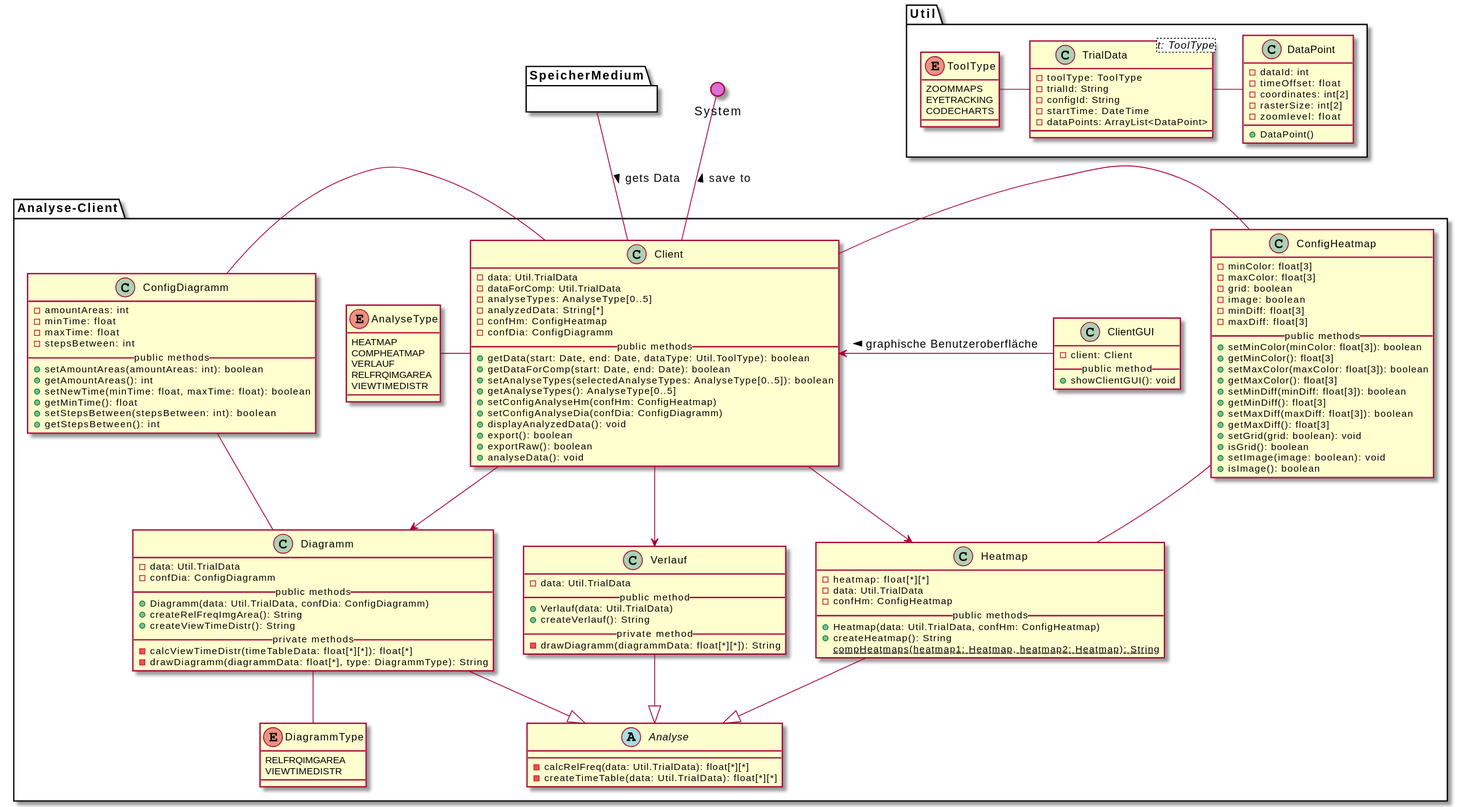
weichware-10/dokumente keeps this PlantUML diagram as uml-class/analyseclient/analyseclient.svg. Above is the earlier version.
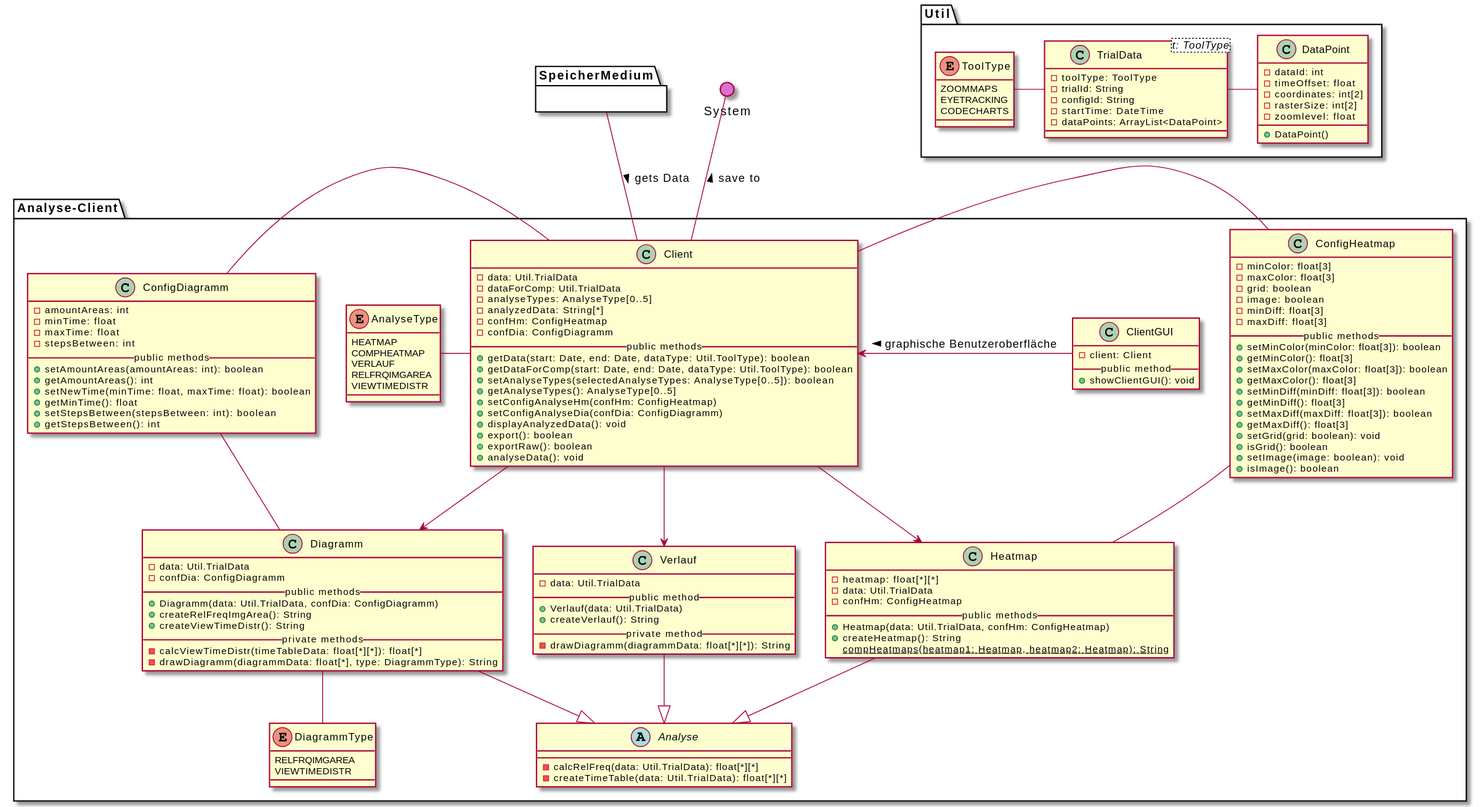
After the commit.

Commit message:
[chore] rendered SVGs

Diff of the diagram source:
```diff
@@ -10,7 +10,7 @@
         - confDia: ConfigDiagramm
         __public methods__
         + getData(start: Date, end: Date, dataType: Util.ToolType): boolean
-        + getDataForComp(start: Date, end: Date): boolean
+        + getDataForComp(start: Date, end: Date, dataType: Util.ToolType): boolean
         + setAnalyseTypes(selectedAnalyseTypes: AnalyseType[0..5]): boolean
         + getAnalyseTypes(): AnalyseType[0..5]
         + setConfigAnalyseHm(confHm: ConfigHeatmap)
```
